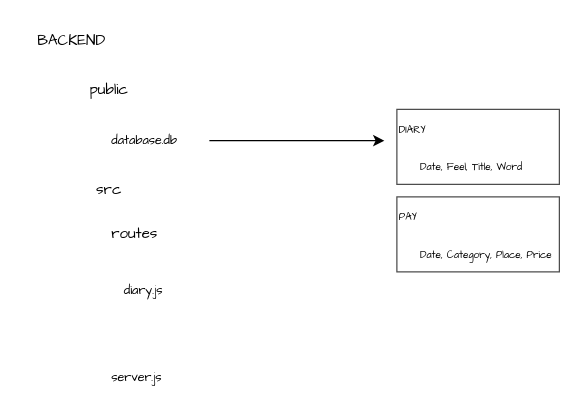
The draw.io diagram about/backend.dio in noguri98/BulletJournal, before the edit. Source tidied: cells renumbered, new cells numbered last; positions are measured from the earlier drawing's top-left corner, leaving out a move shared by most shapes. Both pictures are drawn from the tidied source at 125%, with x=0, y=0 at pixel (21, 21).
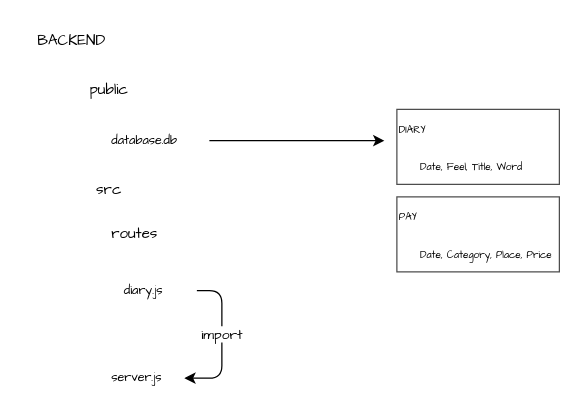
Above is the later version.

Change to the diagram source:
```diff
@@
 <mxGraphModel>
   <root>
     <mxCell id="0" />
     <mxCell id="1" parent="0" />
     <mxCell id="2" value="&lt;font face=&quot;Comic Sans MS&quot;&gt;BACKEND&lt;/font&gt;" style="text;html=1;strokeColor=none;fillColor=none;align=center;verticalAlign=middle;whiteSpace=wrap;rounded=0;" parent="1" vertex="1">
       <mxGeometry width="80" height="30" as="geometry" />
     </mxCell>
     <mxCell id="3" value="&lt;font style=&quot;font-size: 12px;&quot;&gt;public&lt;/font&gt;" style="text;html=1;strokeColor=none;fillColor=none;align=center;verticalAlign=middle;whiteSpace=wrap;rounded=0;fontFamily=Comic Sans MS;" parent="1" vertex="1">
       <mxGeometry x="40" y="40" width="60" height="30" as="geometry" />
     </mxCell>
     <mxCell id="4" value="&lt;font style=&quot;font-size: 12px;&quot;&gt;src&lt;/font&gt;" style="text;html=1;strokeColor=none;fillColor=none;align=center;verticalAlign=middle;whiteSpace=wrap;rounded=0;fontFamily=Comic Sans MS;" parent="1" vertex="1">
       <mxGeometry x="40" y="120" width="60" height="30" as="geometry" />
     </mxCell>
     <mxCell id="5" style="edgeStyle=none;html=1;exitX=1;exitY=0.5;exitDx=0;exitDy=0;fontFamily=Comic Sans MS;fontSize=8;" parent="1" edge="1" source="6">
       <mxGeometry relative="1" as="geometry">
         <mxPoint x="290" y="95" as="targetPoint" />
       </mxGeometry>
     </mxCell>
     <mxCell id="6" value="&lt;font style=&quot;font-size: 10px;&quot;&gt;database.db&lt;/font&gt;" style="text;html=1;strokeColor=none;fillColor=none;align=left;verticalAlign=middle;whiteSpace=wrap;rounded=0;fontFamily=Comic Sans MS;fontSize=12;" parent="1" vertex="1">
       <mxGeometry x="70" y="80" width="80" height="30" as="geometry" />
     </mxCell>
     <mxCell id="7" style="group;strokeColor=#4D4D4D;" parent="1" vertex="1">
       <mxGeometry x="300" y="70" width="130" height="60" as="geometry" />
     </mxCell>
     <mxCell id="8" value="&lt;font style=&quot;font-size: 8px;&quot;&gt;DIARY&lt;/font&gt;" style="text;html=1;strokeColor=none;fillColor=none;align=left;verticalAlign=middle;whiteSpace=wrap;rounded=0;fontFamily=Comic Sans MS;fontSize=10;" parent="7" vertex="1">
       <mxGeometry width="51.4" height="30" as="geometry" />
     </mxCell>
     <mxCell id="9" value="&lt;font style=&quot;font-size: 8px;&quot;&gt;Date, Feel, Title, Word&amp;nbsp;&lt;/font&gt;" style="text;html=1;strokeColor=none;fillColor=none;align=left;verticalAlign=middle;whiteSpace=wrap;rounded=0;fontFamily=Comic Sans MS;fontSize=10;" parent="7" vertex="1">
       <mxGeometry x="17.1" y="30" width="112.9" height="30" as="geometry" />
     </mxCell>
     <mxCell id="10" style="group;shadow=0;strokeColor=#4D4D4D;" parent="1" vertex="1">
       <mxGeometry x="300" y="140" width="130" height="60" as="geometry" />
     </mxCell>
     <mxCell id="11" value="&lt;span style=&quot;font-size: 8px;&quot;&gt;PAY&lt;/span&gt;" style="text;html=1;strokeColor=none;fillColor=none;align=left;verticalAlign=middle;whiteSpace=wrap;rounded=0;fontFamily=Comic Sans MS;fontSize=10;" parent="10" vertex="1">
       <mxGeometry width="51.4" height="30" as="geometry" />
     </mxCell>
     <mxCell id="12" value="&lt;font style=&quot;font-size: 8px;&quot;&gt;Date, Category, Place, Price&lt;/font&gt;" style="text;html=1;strokeColor=none;fillColor=none;align=left;verticalAlign=middle;whiteSpace=wrap;rounded=0;fontFamily=Comic Sans MS;fontSize=10;" parent="10" vertex="1">
       <mxGeometry x="17.1" y="30" width="112.9" height="30" as="geometry" />
     </mxCell>
     <mxCell id="13" value="&lt;span style=&quot;font-size: 10px;&quot;&gt;server.js&lt;/span&gt;" style="text;html=1;strokeColor=none;fillColor=none;align=left;verticalAlign=middle;whiteSpace=wrap;rounded=0;fontFamily=Comic Sans MS;fontSize=12;" parent="1" vertex="1">
       <mxGeometry x="70" y="270" width="60" height="30" as="geometry" />
     </mxCell>
     <mxCell id="14" value="routes" style="text;html=1;strokeColor=none;fillColor=none;align=left;verticalAlign=middle;whiteSpace=wrap;rounded=0;fontFamily=Comic Sans MS;" parent="1" vertex="1">
       <mxGeometry x="70" y="155" width="60" height="30" as="geometry" />
     </mxCell>
+    <mxCell id="16" value="&lt;font face=&quot;Comic Sans MS&quot;&gt;import&lt;/font&gt;" style="edgeStyle=none;html=1;entryX=1;entryY=0.5;entryDx=0;entryDy=0;" parent="1" edge="1" source="15" target="13">
+      <mxGeometry x="-0.08" relative="1" as="geometry">
+        <Array as="points">
+          <mxPoint x="160" y="215" />
+          <mxPoint x="160" y="285" />
+        </Array>
+      </mxGeometry>
+    </mxCell>
     <mxCell id="15" value="&lt;span style=&quot;font-size: 10px;&quot;&gt;diary.js&lt;/span&gt;" style="text;html=1;strokeColor=none;fillColor=none;align=left;verticalAlign=middle;whiteSpace=wrap;rounded=0;fontFamily=Comic Sans MS;fontSize=12;" parent="1" vertex="1">
       <mxGeometry x="80" y="200" width="60" height="30" as="geometry" />
     </mxCell>
   </root>
 </mxGraphModel>
```
